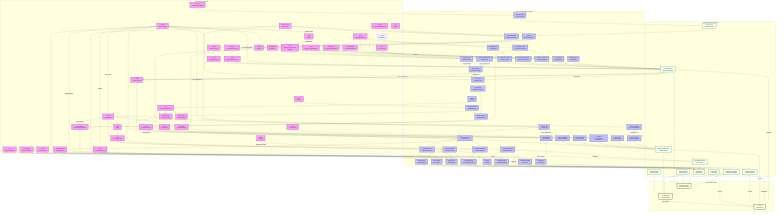
Above: docs/figures/scoliosis_mechanism_map.png in sayuj1989-ops/life (Mermaid), before the change. Its source is kept beside it as docs/figures/scoliosis_mechanism_map.mmd.
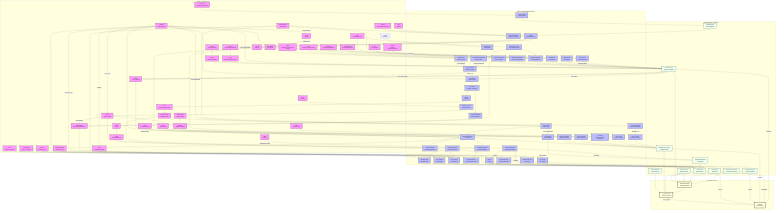
The same diagram one commit later.

Commit message:
weekly-map: add Glycine Neurotransmission arc

Diff of the diagram source:
```diff
@@ -38,6 +38,7 @@
         KCNQ[KCNQ<br/>Potassium Channel]
         GPX4[GPX4<br/>Antioxidant Defense]
         CAV1[CAV1<br/>Caveolin-1]
+        GLY[Glycine<br/>Inhibitory Neurotransmission]
     end
 
     subgraph Processes [Cellular & Developmental Processes]
@@ -80,6 +81,7 @@
         VEGF_A[VEGF-A/PGE2<br/>Secretory Response]
         Ferroptosis[Ferroptosis<br/>Iron Overload]
         Membrane_Tension[Membrane Tension<br/>Buffering Reserve]
+        Motor_Control[Motor Control<br/>Inhibitory Balance]
     end
 
     subgraph Tissue [Tissue Mechanics & Properties]
@@ -279,7 +281,10 @@
     CAV1 --> Membrane_Tension
     Membrane_Tension --> YAP
 
-    class HOX,COL,PIEZO1,PIEZO2,CILIA,LBX1,ADGRG6,PTK7,YAP,PKD2L1,MMP,URP,UTS2R,GFAP,VIM,LAMIN,BMAL1,RUNX3,METTL3,ESR1,MELATONIN,MT2,HIF1A,POC5,DSTYK,TFEB,Beta_Catenin,DPY19L1L,IGF1R,GHR,SOST,FBN1,CCN,PPARGC1A,KCNQ,GPX4,CAV1 gene;
-    class Region,ECM_Assembly,Mech_Trans,Sym_Break,Neur_Diff,Muscle_Diff,Disc_Maint,PCP_Sig,Nucl_Shuttle,CSF_Sensing,Degradation,Astrogliosis,mtROS,Adipogenesis,Hydraulic_Congestion,Immune_Infilt,Circadian_Entrain,Proprio_Maint,H3K9me3,VCL_Stasis,Glymphatic_Stasis,Vestibular_Input,Gi_cAMP,Ciliary_Tuning,Hypoxia,Osteogenesis,Ciliary_Splint,Vacuole_Biogenesis,C_Mannosylation,Rapid_Growth,Energy_Deficit,mtBiogenesis,Fibrosis,TGFB,Osteocyte_Dendrite,Actin_Dynamics,VEGF_A,Ferroptosis,Membrane_Tension process;
+    GLY --> Motor_Control
+    Motor_Control -- "Impaired Inhibition" --> Muscle_Tone
+
+    class HOX,COL,PIEZO1,PIEZO2,CILIA,LBX1,ADGRG6,PTK7,YAP,PKD2L1,MMP,URP,UTS2R,GFAP,VIM,LAMIN,BMAL1,RUNX3,METTL3,ESR1,MELATONIN,MT2,HIF1A,POC5,DSTYK,TFEB,Beta_Catenin,DPY19L1L,IGF1R,GHR,SOST,FBN1,CCN,PPARGC1A,KCNQ,GPX4,CAV1,GLY gene;
+    class Region,ECM_Assembly,Mech_Trans,Sym_Break,Neur_Diff,Muscle_Diff,Disc_Maint,PCP_Sig,Nucl_Shuttle,CSF_Sensing,Degradation,Astrogliosis,mtROS,Adipogenesis,Hydraulic_Congestion,Immune_Infilt,Circadian_Entrain,Proprio_Maint,H3K9me3,VCL_Stasis,Glymphatic_Stasis,Vestibular_Input,Gi_cAMP,Ciliary_Tuning,Hypoxia,Osteogenesis,Ciliary_Splint,Vacuole_Biogenesis,C_Mannosylation,Rapid_Growth,Energy_Deficit,mtBiogenesis,Fibrosis,TGFB,Osteocyte_Dendrite,Actin_Dynamics,VEGF_A,Ferroptosis,Membrane_Tension,Motor_Control process;
     class Rest_Kappa,Stiffness,Torsional_Stiffness,Gain,Torsion,Muscle_Tone,Anisotropy,TMD,Reissner_Fiber,Growth_Plate_Dysplasia tissue;
     class S_Curve,Stability,Scoliosis outcome;
```
